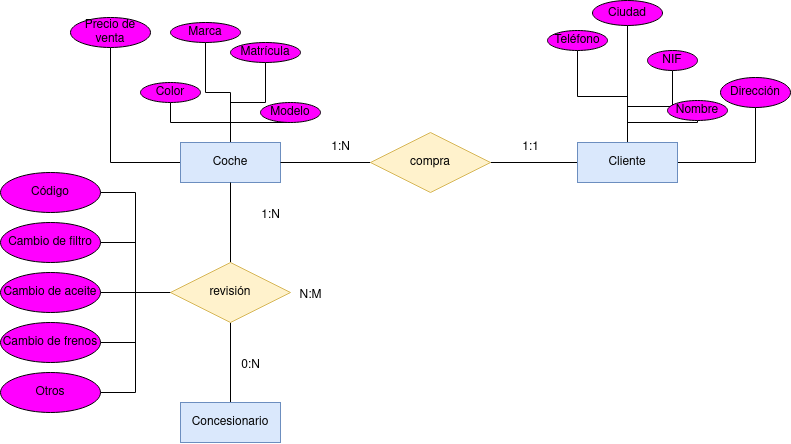
Before: Unidad-1/Tareas/Tarea-6/Diagrama Tarea 7.drawio.png, a diagram exported from draw.io (RafaelMayor/base-datos). Source tidied: cells renumbered, new cells last; positions are measured from the earlier drawing's top-left corner, leaving out a move shared by most shapes.
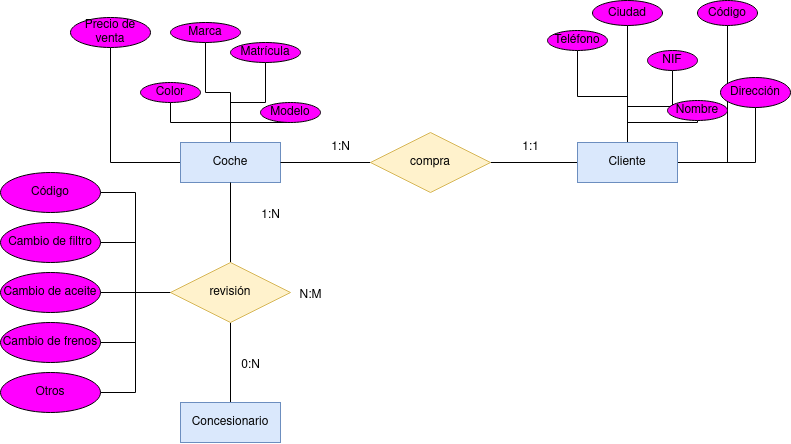
After the commit.

Change to the diagram source:
```diff
@@ -44,6 +44,9 @@
     <mxCell id="15" style="edgeStyle=orthogonalEdgeStyle;rounded=0;jettySize=auto;html=1;entryX=1;entryY=0.5;entryDx=0;entryDy=0;endArrow=none;endFill=0;" parent="1" edge="1" source="16" target="38">
       <mxGeometry relative="1" as="geometry" />
     </mxCell>
+    <mxCell id="46" style="edgeStyle=orthogonalEdgeStyle;rounded=0;jettySize=auto;html=1;entryX=0.5;entryY=1;entryDx=0;entryDy=0;endArrow=none;endFill=0;" parent="1" edge="1" source="16" target="47">
+      <mxGeometry relative="1" as="geometry" />
+    </mxCell>
     <mxCell id="16" value="Cliente" style="whiteSpace=wrap;html=1;align=center;fillColor=#dae8fc;strokeColor=#6c8ebf;" parent="1" vertex="1">
       <mxGeometry x="577" y="142" width="100" height="40" as="geometry" />
     </mxCell>
@@ -134,5 +137,8 @@
     <mxCell id="45" value="Código" style="ellipse;whiteSpace=wrap;html=1;align=center;fillColor=#FF00FF;" parent="1" vertex="1">
       <mxGeometry y="172" width="100" height="40" as="geometry" />
     </mxCell>
+    <mxCell id="47" value="Código" style="ellipse;whiteSpace=wrap;html=1;align=center;fillColor=#FF00FF;" parent="1" vertex="1">
+      <mxGeometry x="697" width="60" height="25" as="geometry" />
+    </mxCell>
   </root>
 </mxGraphModel>
```
